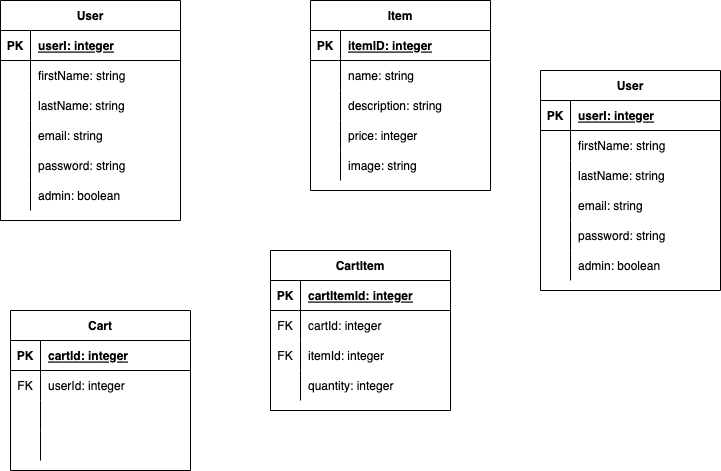
Earlier version of the draw.io export Food-Delivery-App.drawio.png (PunitDh/food-delivery-app-backend). Source tidied: cells renumbered, new cells last; positions are measured from the earlier drawing's top-left corner, leaving out a move shared by most shapes.
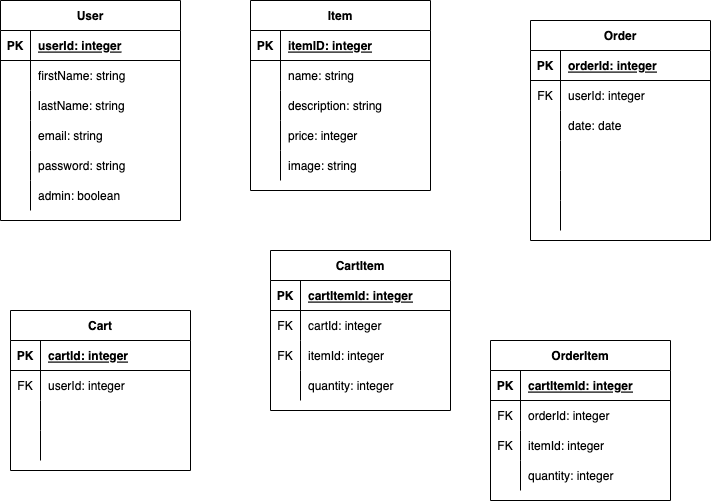
The same diagram one commit later.

What changed in the source:
```diff
@@ -11,7 +11,7 @@
     <mxCell id="4" value="PK" style="shape=partialRectangle;fillColor=none;top=0;left=0;bottom=0;right=0;fontStyle=1;overflow=hidden;" parent="3" vertex="1">
       <mxGeometry width="30" height="30" as="geometry" />
     </mxCell>
-    <mxCell id="5" value="userI: integer" style="shape=partialRectangle;fillColor=none;top=0;left=0;bottom=0;right=0;align=left;spacingLeft=6;fontStyle=5;overflow=hidden;" parent="3" vertex="1">
+    <mxCell id="5" value="userId: integer" style="shape=partialRectangle;fillColor=none;top=0;left=0;bottom=0;right=0;align=left;spacingLeft=6;fontStyle=5;overflow=hidden;" parent="3" vertex="1">
       <mxGeometry x="30" width="150" height="30" as="geometry" />
     </mxCell>
     <mxCell id="6" style="shape=tableRow;horizontal=0;startSize=0;swimlaneHead=0;swimlaneBody=0;fillColor=none;top=0;left=0;right=0;bottom=0;" parent="2" vertex="1">
@@ -60,7 +60,7 @@
       <mxGeometry x="30" width="150" height="30" as="geometry" />
     </mxCell>
     <mxCell id="21" value="Item" style="shape=table;startSize=30;rowLines=0;fontStyle=1;align=center;" parent="1" vertex="1">
-      <mxGeometry x="310" width="180" height="190" as="geometry" />
+      <mxGeometry x="250" width="180" height="190" as="geometry" />
     </mxCell>
     <mxCell id="22" style="shape=tableRow;horizontal=0;startSize=0;swimlaneHead=0;swimlaneBody=0;fillColor=none;top=0;left=0;right=0;bottom=1;" parent="21" vertex="1">
       <mxGeometry y="30" width="180" height="30" as="geometry" />
@@ -185,8 +185,8 @@
     <mxCell id="62" value="quantity: integer" style="shape=partialRectangle;fillColor=none;top=0;left=0;bottom=0;right=0;align=left;spacingLeft=6;overflow=hidden;" parent="60" vertex="1">
       <mxGeometry x="30" width="150" height="30" as="geometry" />
     </mxCell>
-    <mxCell id="63" value="User" style="shape=table;startSize=30;rowLines=0;fontStyle=1;align=center;" parent="1" vertex="1">
-      <mxGeometry x="540" y="70" width="180" height="220" as="geometry" />
+    <mxCell id="63" value="Order" style="shape=table;startSize=30;rowLines=0;fontStyle=1;align=center;" parent="1" vertex="1">
+      <mxGeometry x="530" y="20" width="180" height="220" as="geometry" />
     </mxCell>
     <mxCell id="64" style="shape=tableRow;horizontal=0;startSize=0;swimlaneHead=0;swimlaneBody=0;fillColor=none;top=0;left=0;right=0;bottom=1;" parent="63" vertex="1">
       <mxGeometry y="30" width="180" height="30" as="geometry" />
@@ -194,16 +194,16 @@
     <mxCell id="65" value="PK" style="shape=partialRectangle;fillColor=none;top=0;left=0;bottom=0;right=0;fontStyle=1;overflow=hidden;" parent="64" vertex="1">
       <mxGeometry width="30" height="30" as="geometry" />
     </mxCell>
-    <mxCell id="66" value="userI: integer" style="shape=partialRectangle;fillColor=none;top=0;left=0;bottom=0;right=0;align=left;spacingLeft=6;fontStyle=5;overflow=hidden;" parent="64" vertex="1">
+    <mxCell id="66" value="orderId: integer" style="shape=partialRectangle;fillColor=none;top=0;left=0;bottom=0;right=0;align=left;spacingLeft=6;fontStyle=5;overflow=hidden;" parent="64" vertex="1">
       <mxGeometry x="30" width="150" height="30" as="geometry" />
     </mxCell>
     <mxCell id="67" style="shape=tableRow;horizontal=0;startSize=0;swimlaneHead=0;swimlaneBody=0;fillColor=none;top=0;left=0;right=0;bottom=0;" parent="63" vertex="1">
       <mxGeometry y="60" width="180" height="30" as="geometry" />
     </mxCell>
-    <mxCell id="68" style="shape=partialRectangle;fillColor=none;top=0;left=0;bottom=0;right=0;overflow=hidden;" parent="67" vertex="1">
+    <mxCell id="68" value="FK" style="shape=partialRectangle;fillColor=none;top=0;left=0;bottom=0;right=0;overflow=hidden;" parent="67" vertex="1">
       <mxGeometry width="30" height="30" as="geometry" />
     </mxCell>
-    <mxCell id="69" value="firstName: string" style="shape=partialRectangle;fillColor=none;top=0;left=0;bottom=0;right=0;align=left;spacingLeft=6;overflow=hidden;" parent="67" vertex="1">
+    <mxCell id="69" value="userId: integer" style="shape=partialRectangle;fillColor=none;top=0;left=0;bottom=0;right=0;align=left;spacingLeft=6;overflow=hidden;" parent="67" vertex="1">
       <mxGeometry x="30" width="150" height="30" as="geometry" />
     </mxCell>
     <mxCell id="70" style="shape=tableRow;horizontal=0;startSize=0;swimlaneHead=0;swimlaneBody=0;fillColor=none;top=0;left=0;right=0;bottom=0;" parent="63" vertex="1">
@@ -212,7 +212,7 @@
     <mxCell id="71" style="shape=partialRectangle;fillColor=none;top=0;left=0;bottom=0;right=0;overflow=hidden;" parent="70" vertex="1">
       <mxGeometry width="30" height="30" as="geometry" />
     </mxCell>
-    <mxCell id="72" value="lastName: string" style="shape=partialRectangle;fillColor=none;top=0;left=0;bottom=0;right=0;align=left;spacingLeft=6;overflow=hidden;" parent="70" vertex="1">
+    <mxCell id="72" value="date: date" style="shape=partialRectangle;fillColor=none;top=0;left=0;bottom=0;right=0;align=left;spacingLeft=6;overflow=hidden;" parent="70" vertex="1">
       <mxGeometry x="30" width="150" height="30" as="geometry" />
     </mxCell>
     <mxCell id="73" style="shape=tableRow;horizontal=0;startSize=0;swimlaneHead=0;swimlaneBody=0;fillColor=none;top=0;left=0;right=0;bottom=0;" parent="63" vertex="1">
@@ -221,7 +221,7 @@
     <mxCell id="74" style="shape=partialRectangle;fillColor=none;top=0;left=0;bottom=0;right=0;overflow=hidden;" parent="73" vertex="1">
       <mxGeometry width="30" height="30" as="geometry" />
     </mxCell>
-    <mxCell id="75" value="email: string" style="shape=partialRectangle;fillColor=none;top=0;left=0;bottom=0;right=0;align=left;spacingLeft=6;overflow=hidden;" parent="73" vertex="1">
+    <mxCell id="75" style="shape=partialRectangle;fillColor=none;top=0;left=0;bottom=0;right=0;align=left;spacingLeft=6;overflow=hidden;" parent="73" vertex="1">
       <mxGeometry x="30" width="150" height="30" as="geometry" />
     </mxCell>
     <mxCell id="76" style="shape=tableRow;horizontal=0;startSize=0;swimlaneHead=0;swimlaneBody=0;fillColor=none;top=0;left=0;right=0;bottom=0;" parent="63" vertex="1">
@@ -230,7 +230,7 @@
     <mxCell id="77" style="shape=partialRectangle;fillColor=none;top=0;left=0;bottom=0;right=0;overflow=hidden;" parent="76" vertex="1">
       <mxGeometry width="30" height="30" as="geometry" />
     </mxCell>
-    <mxCell id="78" value="password: string" style="shape=partialRectangle;fillColor=none;top=0;left=0;bottom=0;right=0;align=left;spacingLeft=6;overflow=hidden;" parent="76" vertex="1">
+    <mxCell id="78" style="shape=partialRectangle;fillColor=none;top=0;left=0;bottom=0;right=0;align=left;spacingLeft=6;overflow=hidden;" parent="76" vertex="1">
       <mxGeometry x="30" width="150" height="30" as="geometry" />
     </mxCell>
     <mxCell id="79" style="shape=tableRow;horizontal=0;startSize=0;swimlaneHead=0;swimlaneBody=0;fillColor=none;top=0;left=0;right=0;bottom=0;" parent="63" vertex="1">
@@ -239,8 +239,47 @@
     <mxCell id="80" style="shape=partialRectangle;fillColor=none;top=0;left=0;bottom=0;right=0;overflow=hidden;" parent="79" vertex="1">
       <mxGeometry width="30" height="30" as="geometry" />
     </mxCell>
-    <mxCell id="81" value="admin: boolean" style="shape=partialRectangle;fillColor=none;top=0;left=0;bottom=0;right=0;align=left;spacingLeft=6;overflow=hidden;" parent="79" vertex="1">
+    <mxCell id="81" style="shape=partialRectangle;fillColor=none;top=0;left=0;bottom=0;right=0;align=left;spacingLeft=6;overflow=hidden;" parent="79" vertex="1">
       <mxGeometry x="30" width="150" height="30" as="geometry" />
     </mxCell>
+    <mxCell id="82" value="OrderItem" style="shape=table;startSize=30;rowLines=0;fontStyle=1;align=center;" parent="1" vertex="1">
+      <mxGeometry x="490" y="340" width="180" height="160" as="geometry" />
+    </mxCell>
+    <mxCell id="83" style="shape=tableRow;horizontal=0;startSize=0;swimlaneHead=0;swimlaneBody=0;fillColor=none;top=0;left=0;right=0;bottom=1;" parent="82" vertex="1">
+      <mxGeometry y="30" width="180" height="30" as="geometry" />
+    </mxCell>
+    <mxCell id="84" value="PK" style="shape=partialRectangle;fillColor=none;top=0;left=0;bottom=0;right=0;fontStyle=1;overflow=hidden;" parent="83" vertex="1">
+      <mxGeometry width="30" height="30" as="geometry" />
+    </mxCell>
+    <mxCell id="85" value="cartItemId: integer" style="shape=partialRectangle;fillColor=none;top=0;left=0;bottom=0;right=0;align=left;spacingLeft=6;fontStyle=5;overflow=hidden;" parent="83" vertex="1">
+      <mxGeometry x="30" width="150" height="30" as="geometry" />
+    </mxCell>
+    <mxCell id="86" style="shape=tableRow;horizontal=0;startSize=0;swimlaneHead=0;swimlaneBody=0;fillColor=none;top=0;left=0;right=0;bottom=0;" parent="82" vertex="1">
+      <mxGeometry y="60" width="180" height="30" as="geometry" />
+    </mxCell>
+    <mxCell id="87" value="FK" style="shape=partialRectangle;fillColor=none;top=0;left=0;bottom=0;right=0;overflow=hidden;" parent="86" vertex="1">
+      <mxGeometry width="30" height="30" as="geometry" />
+    </mxCell>
+    <mxCell id="88" value="orderId: integer" style="shape=partialRectangle;fillColor=none;top=0;left=0;bottom=0;right=0;align=left;spacingLeft=6;overflow=hidden;" parent="86" vertex="1">
+      <mxGeometry x="30" width="150" height="30" as="geometry" />
+    </mxCell>
+    <mxCell id="89" style="shape=tableRow;horizontal=0;startSize=0;swimlaneHead=0;swimlaneBody=0;fillColor=none;top=0;left=0;right=0;bottom=0;" parent="82" vertex="1">
+      <mxGeometry y="90" width="180" height="30" as="geometry" />
+    </mxCell>
+    <mxCell id="90" value="FK" style="shape=partialRectangle;fillColor=none;top=0;left=0;bottom=0;right=0;overflow=hidden;" parent="89" vertex="1">
+      <mxGeometry width="30" height="30" as="geometry" />
+    </mxCell>
+    <mxCell id="91" value="itemId: integer" style="shape=partialRectangle;fillColor=none;top=0;left=0;bottom=0;right=0;align=left;spacingLeft=6;overflow=hidden;" parent="89" vertex="1">
+      <mxGeometry x="30" width="150" height="30" as="geometry" />
+    </mxCell>
+    <mxCell id="92" style="shape=tableRow;horizontal=0;startSize=0;swimlaneHead=0;swimlaneBody=0;fillColor=none;top=0;left=0;right=0;bottom=0;" parent="82" vertex="1">
+      <mxGeometry y="120" width="180" height="30" as="geometry" />
+    </mxCell>
+    <mxCell id="93" style="shape=partialRectangle;fillColor=none;top=0;left=0;bottom=0;right=0;overflow=hidden;" parent="92" vertex="1">
+      <mxGeometry width="30" height="30" as="geometry" />
+    </mxCell>
+    <mxCell id="94" value="quantity: integer" style="shape=partialRectangle;fillColor=none;top=0;left=0;bottom=0;right=0;align=left;spacingLeft=6;overflow=hidden;" parent="92" vertex="1">
+      <mxGeometry x="30" width="150" height="30" as="geometry" />
+    </mxCell>
   </root>
 </mxGraphModel>
```
